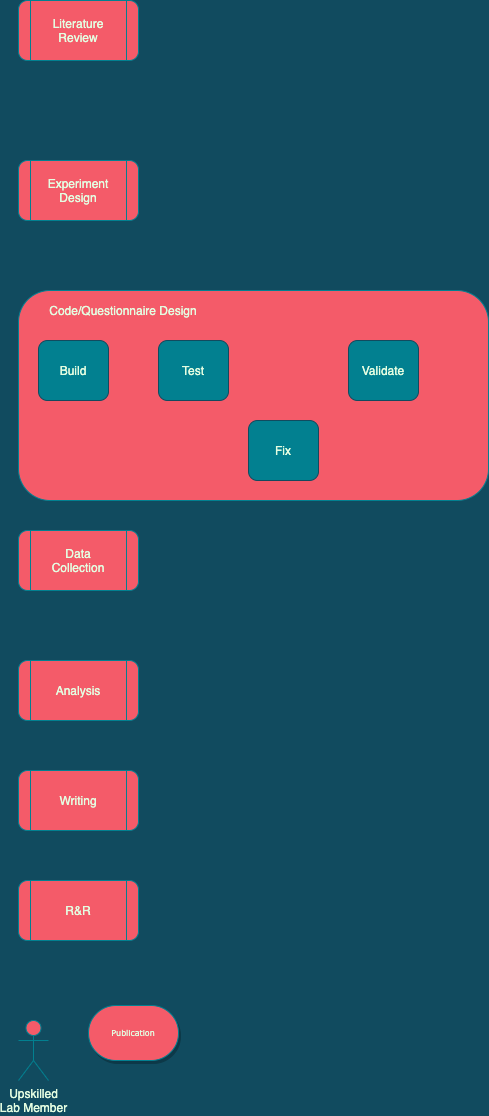
Above: Untitled Diagram.png in jessb0t/marathons (draw.io), before the change. Source tidied: cells renumbered, new cells last; positions are measured from the earlier drawing's top-left corner, leaving out a move shared by most shapes. Source of this version:
```xml
<mxGraphModel background="#114B5F">
  <root>
    <mxCell id="0" />
    <mxCell id="1" parent="0" />
    <mxCell id="2" value="Publication" style="strokeWidth=1;html=1;shape=mxgraph.flowchart.terminator;whiteSpace=wrap;rounded=0;shadow=1;labelBackgroundColor=none;fontFamily=Verdana;fontSize=8;align=center;fillColor=#F45B69;strokeColor=#028090;fontColor=#E4FDE1;" parent="1" vertex="1">
      <mxGeometry x="70" y="1005" width="90" height="55" as="geometry" />
    </mxCell>
    <mxCell id="3" value="Literature&lt;br&gt;Review" style="shape=process;whiteSpace=wrap;html=1;backgroundOutline=1;rounded=1;sketch=0;fontColor=#E4FDE1;strokeColor=#028090;fillColor=#F45B69;" parent="1" vertex="1">
      <mxGeometry width="120" height="60" as="geometry" />
    </mxCell>
    <mxCell id="4" value="Experiment&lt;br&gt;Design" style="shape=process;whiteSpace=wrap;html=1;backgroundOutline=1;rounded=1;sketch=0;fontColor=#E4FDE1;strokeColor=#028090;fillColor=#F45B69;" parent="1" vertex="1">
      <mxGeometry y="160" width="120" height="60" as="geometry" />
    </mxCell>
    <mxCell id="5" style="rounded=1;whiteSpace=wrap;html=1;sketch=0;fontColor=#E4FDE1;strokeColor=#028090;fillColor=#F45B69;" parent="1" vertex="1">
      <mxGeometry y="290" width="470" height="210" as="geometry" />
    </mxCell>
    <mxCell id="6" value="Data&lt;br&gt;Collection" style="shape=process;whiteSpace=wrap;html=1;backgroundOutline=1;rounded=1;sketch=0;fontColor=#E4FDE1;strokeColor=#028090;fillColor=#F45B69;" parent="1" vertex="1">
      <mxGeometry y="530" width="120" height="60" as="geometry" />
    </mxCell>
    <mxCell id="7" value="Analysis" style="shape=process;whiteSpace=wrap;html=1;backgroundOutline=1;rounded=1;sketch=0;fontColor=#E4FDE1;strokeColor=#028090;fillColor=#F45B69;shadow=0;" parent="1" vertex="1">
      <mxGeometry y="660" width="120" height="60" as="geometry" />
    </mxCell>
    <mxCell id="8" value="Writing" style="shape=process;whiteSpace=wrap;html=1;backgroundOutline=1;rounded=1;sketch=0;fontColor=#E4FDE1;strokeColor=#028090;fillColor=#F45B69;shadow=0;" parent="1" vertex="1">
      <mxGeometry y="770" width="120" height="60" as="geometry" />
    </mxCell>
    <mxCell id="9" value="R&amp;amp;R" style="shape=process;whiteSpace=wrap;html=1;backgroundOutline=1;rounded=1;sketch=0;fontColor=#E4FDE1;strokeColor=#028090;fillColor=#F45B69;shadow=0;" parent="1" vertex="1">
      <mxGeometry y="880" width="120" height="60" as="geometry" />
    </mxCell>
    <mxCell id="10" value="Upskilled&lt;br&gt;Lab Member" style="shape=umlActor;verticalLabelPosition=bottom;verticalAlign=top;html=1;rounded=0;shadow=0;sketch=0;fontColor=#E4FDE1;strokeColor=#028090;fillColor=#F45B69;" parent="1" vertex="1">
      <mxGeometry y="1020" width="30" height="60" as="geometry" />
    </mxCell>
    <mxCell id="11" value="Code/Questionnaire Design" style="text;html=1;strokeColor=none;fillColor=none;align=center;verticalAlign=middle;whiteSpace=wrap;rounded=0;shadow=0;sketch=0;fontColor=#E4FDE1;" parent="1" vertex="1">
      <mxGeometry x="10" y="300" width="190" height="20" as="geometry" />
    </mxCell>
    <mxCell id="12" value="Build" style="rounded=1;whiteSpace=wrap;html=1;shadow=0;sketch=0;fontColor=#E4FDE1;fillColor=#028090;strokeColor=#114B5F;" parent="1" vertex="1">
      <mxGeometry x="20" y="340" width="70" height="60" as="geometry" />
    </mxCell>
    <mxCell id="13" value="Test" style="rounded=1;whiteSpace=wrap;html=1;shadow=0;sketch=0;fontColor=#E4FDE1;fillColor=#028090;strokeColor=#114B5F;" parent="1" vertex="1">
      <mxGeometry x="140" y="340" width="70" height="60" as="geometry" />
    </mxCell>
    <mxCell id="14" value="Validate" style="rounded=1;whiteSpace=wrap;html=1;shadow=0;sketch=0;fontColor=#E4FDE1;fillColor=#028090;strokeColor=#114B5F;" parent="1" vertex="1">
      <mxGeometry x="330" y="340" width="70" height="60" as="geometry" />
    </mxCell>
    <mxCell id="15" value="Fix" style="rounded=1;whiteSpace=wrap;html=1;shadow=0;sketch=0;fontColor=#E4FDE1;fillColor=#028090;strokeColor=#114B5F;" parent="1" vertex="1">
      <mxGeometry x="230" y="420" width="70" height="60" as="geometry" />
    </mxCell>
  </root>
</mxGraphModel>
```
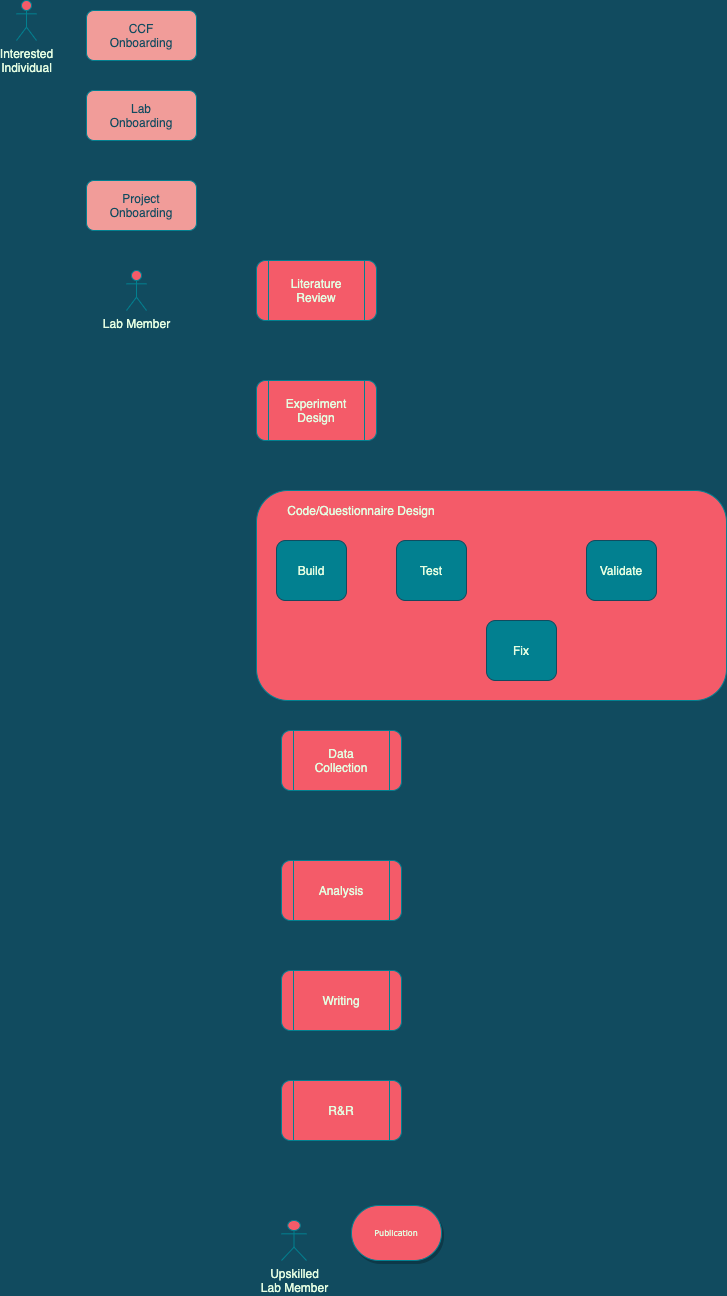
The same file after the commit.

Change to the diagram source:
```diff
@@ -3,46 +3,61 @@
     <mxCell id="0" />
     <mxCell id="1" parent="0" />
     <mxCell id="2" value="Publication" style="strokeWidth=1;html=1;shape=mxgraph.flowchart.terminator;whiteSpace=wrap;rounded=0;shadow=1;labelBackgroundColor=none;fontFamily=Verdana;fontSize=8;align=center;fillColor=#F45B69;strokeColor=#028090;fontColor=#E4FDE1;" parent="1" vertex="1">
-      <mxGeometry x="70" y="1005" width="90" height="55" as="geometry" />
+      <mxGeometry x="175" y="1015" width="90" height="55" as="geometry" />
     </mxCell>
     <mxCell id="3" value="Literature&lt;br&gt;Review" style="shape=process;whiteSpace=wrap;html=1;backgroundOutline=1;rounded=1;sketch=0;fontColor=#E4FDE1;strokeColor=#028090;fillColor=#F45B69;" parent="1" vertex="1">
-      <mxGeometry width="120" height="60" as="geometry" />
+      <mxGeometry x="80" y="70" width="120" height="60" as="geometry" />
     </mxCell>
     <mxCell id="4" value="Experiment&lt;br&gt;Design" style="shape=process;whiteSpace=wrap;html=1;backgroundOutline=1;rounded=1;sketch=0;fontColor=#E4FDE1;strokeColor=#028090;fillColor=#F45B69;" parent="1" vertex="1">
-      <mxGeometry y="160" width="120" height="60" as="geometry" />
+      <mxGeometry x="80" y="190" width="120" height="60" as="geometry" />
     </mxCell>
     <mxCell id="5" style="rounded=1;whiteSpace=wrap;html=1;sketch=0;fontColor=#E4FDE1;strokeColor=#028090;fillColor=#F45B69;" parent="1" vertex="1">
-      <mxGeometry y="290" width="470" height="210" as="geometry" />
+      <mxGeometry x="80" y="300" width="470" height="210" as="geometry" />
     </mxCell>
     <mxCell id="6" value="Data&lt;br&gt;Collection" style="shape=process;whiteSpace=wrap;html=1;backgroundOutline=1;rounded=1;sketch=0;fontColor=#E4FDE1;strokeColor=#028090;fillColor=#F45B69;" parent="1" vertex="1">
-      <mxGeometry y="530" width="120" height="60" as="geometry" />
+      <mxGeometry x="105" y="540" width="120" height="60" as="geometry" />
     </mxCell>
     <mxCell id="7" value="Analysis" style="shape=process;whiteSpace=wrap;html=1;backgroundOutline=1;rounded=1;sketch=0;fontColor=#E4FDE1;strokeColor=#028090;fillColor=#F45B69;shadow=0;" parent="1" vertex="1">
-      <mxGeometry y="660" width="120" height="60" as="geometry" />
+      <mxGeometry x="105" y="670" width="120" height="60" as="geometry" />
     </mxCell>
     <mxCell id="8" value="Writing" style="shape=process;whiteSpace=wrap;html=1;backgroundOutline=1;rounded=1;sketch=0;fontColor=#E4FDE1;strokeColor=#028090;fillColor=#F45B69;shadow=0;" parent="1" vertex="1">
-      <mxGeometry y="770" width="120" height="60" as="geometry" />
+      <mxGeometry x="105" y="780" width="120" height="60" as="geometry" />
     </mxCell>
     <mxCell id="9" value="R&amp;amp;R" style="shape=process;whiteSpace=wrap;html=1;backgroundOutline=1;rounded=1;sketch=0;fontColor=#E4FDE1;strokeColor=#028090;fillColor=#F45B69;shadow=0;" parent="1" vertex="1">
-      <mxGeometry y="880" width="120" height="60" as="geometry" />
+      <mxGeometry x="105" y="890" width="120" height="60" as="geometry" />
     </mxCell>
     <mxCell id="10" value="Upskilled&lt;br&gt;Lab Member" style="shape=umlActor;verticalLabelPosition=bottom;verticalAlign=top;html=1;rounded=0;shadow=0;sketch=0;fontColor=#E4FDE1;strokeColor=#028090;fillColor=#F45B69;" parent="1" vertex="1">
-      <mxGeometry y="1020" width="30" height="60" as="geometry" />
+      <mxGeometry x="105" y="1030" width="25" height="40" as="geometry" />
     </mxCell>
     <mxCell id="11" value="Code/Questionnaire Design" style="text;html=1;strokeColor=none;fillColor=none;align=center;verticalAlign=middle;whiteSpace=wrap;rounded=0;shadow=0;sketch=0;fontColor=#E4FDE1;" parent="1" vertex="1">
-      <mxGeometry x="10" y="300" width="190" height="20" as="geometry" />
+      <mxGeometry x="90" y="310" width="190" height="20" as="geometry" />
     </mxCell>
     <mxCell id="12" value="Build" style="rounded=1;whiteSpace=wrap;html=1;shadow=0;sketch=0;fontColor=#E4FDE1;fillColor=#028090;strokeColor=#114B5F;" parent="1" vertex="1">
-      <mxGeometry x="20" y="340" width="70" height="60" as="geometry" />
+      <mxGeometry x="100" y="350" width="70" height="60" as="geometry" />
     </mxCell>
     <mxCell id="13" value="Test" style="rounded=1;whiteSpace=wrap;html=1;shadow=0;sketch=0;fontColor=#E4FDE1;fillColor=#028090;strokeColor=#114B5F;" parent="1" vertex="1">
-      <mxGeometry x="140" y="340" width="70" height="60" as="geometry" />
+      <mxGeometry x="220" y="350" width="70" height="60" as="geometry" />
     </mxCell>
     <mxCell id="14" value="Validate" style="rounded=1;whiteSpace=wrap;html=1;shadow=0;sketch=0;fontColor=#E4FDE1;fillColor=#028090;strokeColor=#114B5F;" parent="1" vertex="1">
-      <mxGeometry x="330" y="340" width="70" height="60" as="geometry" />
+      <mxGeometry x="410" y="350" width="70" height="60" as="geometry" />
     </mxCell>
     <mxCell id="15" value="Fix" style="rounded=1;whiteSpace=wrap;html=1;shadow=0;sketch=0;fontColor=#E4FDE1;fillColor=#028090;strokeColor=#114B5F;" parent="1" vertex="1">
-      <mxGeometry x="230" y="420" width="70" height="60" as="geometry" />
+      <mxGeometry x="310" y="430" width="70" height="60" as="geometry" />
     </mxCell>
+    <mxCell id="16" value="&lt;font color=&quot;#114b5f&quot;&gt;CCF&lt;br&gt;Onboarding&lt;/font&gt;" style="rounded=1;whiteSpace=wrap;html=1;sketch=0;fontColor=#E4FDE1;strokeColor=#028090;gradientColor=none;fillColor=#F19C99;" parent="1" vertex="1">
+      <mxGeometry x="-90" y="-180" width="110" height="50" as="geometry" />
+    </mxCell>
+    <mxCell id="17" value="&lt;font color=&quot;#114b5f&quot;&gt;Lab&lt;br&gt;Onboarding&lt;/font&gt;" style="rounded=1;whiteSpace=wrap;html=1;sketch=0;fontColor=#E4FDE1;strokeColor=#028090;gradientColor=none;fillColor=#F19C99;" parent="1" vertex="1">
+      <mxGeometry x="-90" y="-100" width="110" height="50" as="geometry" />
+    </mxCell>
+    <mxCell id="18" value="&lt;font color=&quot;#114b5f&quot;&gt;Project&lt;br&gt;Onboarding&lt;/font&gt;" style="rounded=1;whiteSpace=wrap;html=1;sketch=0;fontColor=#E4FDE1;strokeColor=#028090;gradientColor=none;fillColor=#F19C99;" parent="1" vertex="1">
+      <mxGeometry x="-90" y="-10" width="110" height="50" as="geometry" />
+    </mxCell>
+    <mxCell id="19" value="Lab Member" style="shape=umlActor;verticalLabelPosition=bottom;verticalAlign=top;html=1;rounded=0;shadow=0;sketch=0;fontColor=#E4FDE1;strokeColor=#028090;fillColor=#F45B69;" parent="1" vertex="1">
+      <mxGeometry x="-50" y="80" width="20" height="40" as="geometry" />
+    </mxCell>
+    <mxCell id="20" value="Interested&lt;br&gt;Individual" style="shape=umlActor;verticalLabelPosition=bottom;verticalAlign=top;html=1;rounded=0;shadow=0;sketch=0;fontColor=#E4FDE1;strokeColor=#028090;fillColor=#F45B69;" parent="1" vertex="1">
+      <mxGeometry x="-160" y="-190" width="20" height="40" as="geometry" />
+    </mxCell>
   </root>
 </mxGraphModel>
```
